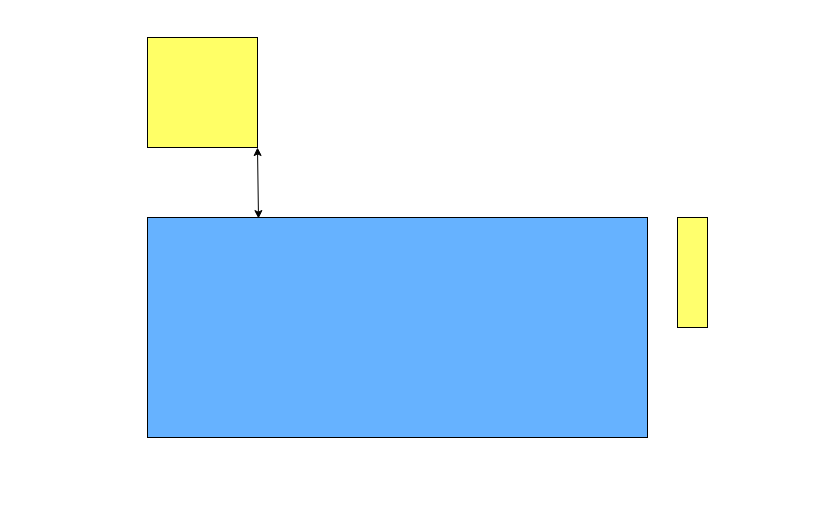
Akhmadi14/HPR-Paper keeps this draw.io diagram as page "HPR 90 Front view" (1 of 2) of Diagram/Picture Diagram.drawio. Above is the earlier version. Source tidied: cells renumbered, new cells numbered last; positions are measured from the earlier drawing's top-left corner, leaving out a move shared by most shapes. Both pictures are drawn from the tidied source at 100%, with x=0, y=0 at pixel (147, 37).
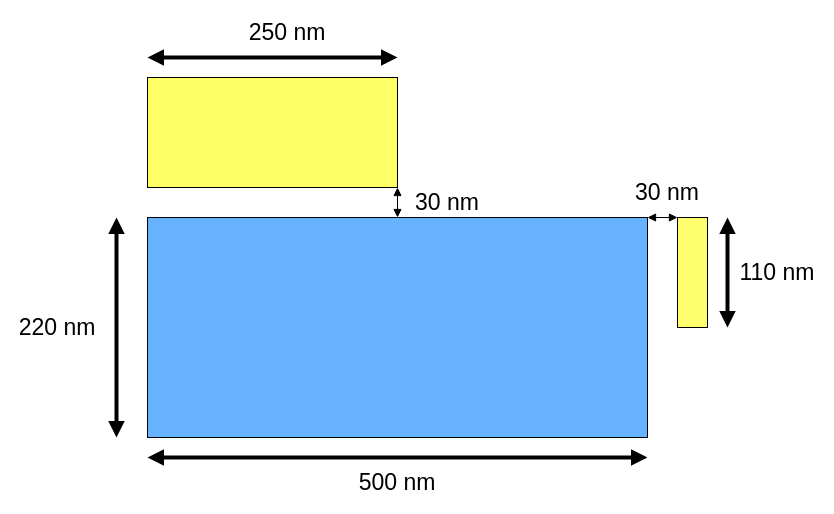
The same diagram, later.

The change refers to these unchanged cells:
```xml
<mxCell id="2" style="rounded=0;whiteSpace=wrap;html=1;fillColor=#66B2FF;" parent="1" vertex="1">
  <mxGeometry y="180" width="500" height="220" as="geometry" />
</mxCell>
<mxCell id="4" style="rounded=0;whiteSpace=wrap;html=1;fillColor=light-dark(#ffff6d, #ededed);" parent="1" vertex="1">
  <mxGeometry x="530" y="180" width="30" height="110" as="geometry" />
</mxCell>
```

The edit, as a diff of the source:
```diff
@@
     <mxCell id="3" style="whiteSpace=wrap;html=1;fillColor=#FFFF66;" parent="1" vertex="1">
-      <mxGeometry width="110" height="110" as="geometry" />
+      <mxGeometry y="40" width="250" height="110" as="geometry" />
     </mxCell>
@@
-    <mxCell id="5" style="endArrow=classic;startArrow=classic;html=1;rounded=0;entryX=1;entryY=1;entryDx=0;entryDy=0;exitX=0.222;exitY=0.005;exitDx=0;exitDy=0;exitPerimeter=0;" parent="1" edge="1" source="2" target="3">
+    <mxCell id="5" style="endArrow=block;startArrow=block;html=1;rounded=0;entryX=1;entryY=1;entryDx=0;entryDy=0;exitX=0.5;exitY=0;exitDx=0;exitDy=0;strokeWidth=1;startFill=1;endFill=1;" parent="1" edge="1" source="2" target="3">
       <mxGeometry relative="1" as="geometry" />
     </mxCell>
+    <mxCell id="6" value="30 nm" style="text;html=1;whiteSpace=wrap;strokeColor=none;fillColor=none;align=center;verticalAlign=middle;rounded=0;fontSize=23;" parent="1" vertex="1">
+      <mxGeometry x="260" y="150" width="80" height="30" as="geometry" />
+    </mxCell>
+    <mxCell id="7" style="endArrow=block;startArrow=block;html=1;rounded=0;strokeWidth=4;startFill=1;endFill=1;" parent="1" edge="1">
+      <mxGeometry relative="1" as="geometry">
+        <mxPoint x="250" y="20" as="sourcePoint" />
+        <mxPoint y="20" as="targetPoint" />
+      </mxGeometry>
+    </mxCell>
+    <mxCell id="8" value="250 nm" style="text;html=1;whiteSpace=wrap;strokeColor=none;fillColor=none;align=center;verticalAlign=middle;rounded=0;fontSize=23;" parent="1" vertex="1">
+      <mxGeometry x="100" y="-20" width="80" height="30" as="geometry" />
+    </mxCell>
+    <mxCell id="9" style="endArrow=block;startArrow=block;html=1;rounded=0;strokeWidth=4;startFill=1;endFill=1;" parent="1" edge="1">
+      <mxGeometry relative="1" as="geometry">
+        <mxPoint x="500" y="420" as="sourcePoint" />
+        <mxPoint y="420" as="targetPoint" />
+      </mxGeometry>
+    </mxCell>
+    <mxCell id="10" style="endArrow=block;startArrow=block;html=1;rounded=0;entryX=1;entryY=1;entryDx=0;entryDy=0;strokeWidth=4;startFill=1;endFill=1;" parent="1" edge="1">
+      <mxGeometry relative="1" as="geometry">
+        <mxPoint x="-31" y="400" as="sourcePoint" />
+        <mxPoint x="-31" y="180" as="targetPoint" />
+      </mxGeometry>
+    </mxCell>
+    <mxCell id="11" value="220 nm" style="text;html=1;whiteSpace=wrap;strokeColor=none;fillColor=none;align=center;verticalAlign=middle;rounded=0;fontSize=23;" parent="1" vertex="1">
+      <mxGeometry x="-130" y="275" width="80" height="30" as="geometry" />
+    </mxCell>
+    <mxCell id="12" style="endArrow=block;startArrow=block;html=1;rounded=0;entryX=1;entryY=0;entryDx=0;entryDy=0;exitX=0;exitY=0;exitDx=0;exitDy=0;strokeWidth=1;startFill=1;endFill=1;" parent="1" edge="1" source="4" target="2">
+      <mxGeometry relative="1" as="geometry" />
+    </mxCell>
+    <mxCell id="13" value="30 nm" style="text;html=1;whiteSpace=wrap;strokeColor=none;fillColor=none;align=center;verticalAlign=middle;rounded=0;fontSize=23;" parent="1" vertex="1">
+      <mxGeometry x="480" y="140" width="80" height="30" as="geometry" />
+    </mxCell>
+    <mxCell id="14" value="500 nm" style="text;html=1;whiteSpace=wrap;strokeColor=none;fillColor=none;align=center;verticalAlign=middle;rounded=0;fontSize=23;" parent="1" vertex="1">
+      <mxGeometry x="210" y="430" width="80" height="30" as="geometry" />
+    </mxCell>
+    <mxCell id="15" style="endArrow=block;startArrow=block;html=1;rounded=0;entryX=1;entryY=1;entryDx=0;entryDy=0;strokeWidth=4;startFill=1;endFill=1;" parent="1" edge="1">
+      <mxGeometry relative="1" as="geometry">
+        <mxPoint x="580" y="290" as="sourcePoint" />
+        <mxPoint x="580" y="180" as="targetPoint" />
+      </mxGeometry>
+    </mxCell>
+    <mxCell id="16" value="110 nm" style="text;html=1;whiteSpace=wrap;strokeColor=none;fillColor=none;align=center;verticalAlign=middle;rounded=0;fontSize=23;" parent="1" vertex="1">
+      <mxGeometry x="590" y="220" width="80" height="30" as="geometry" />
+    </mxCell>
```
